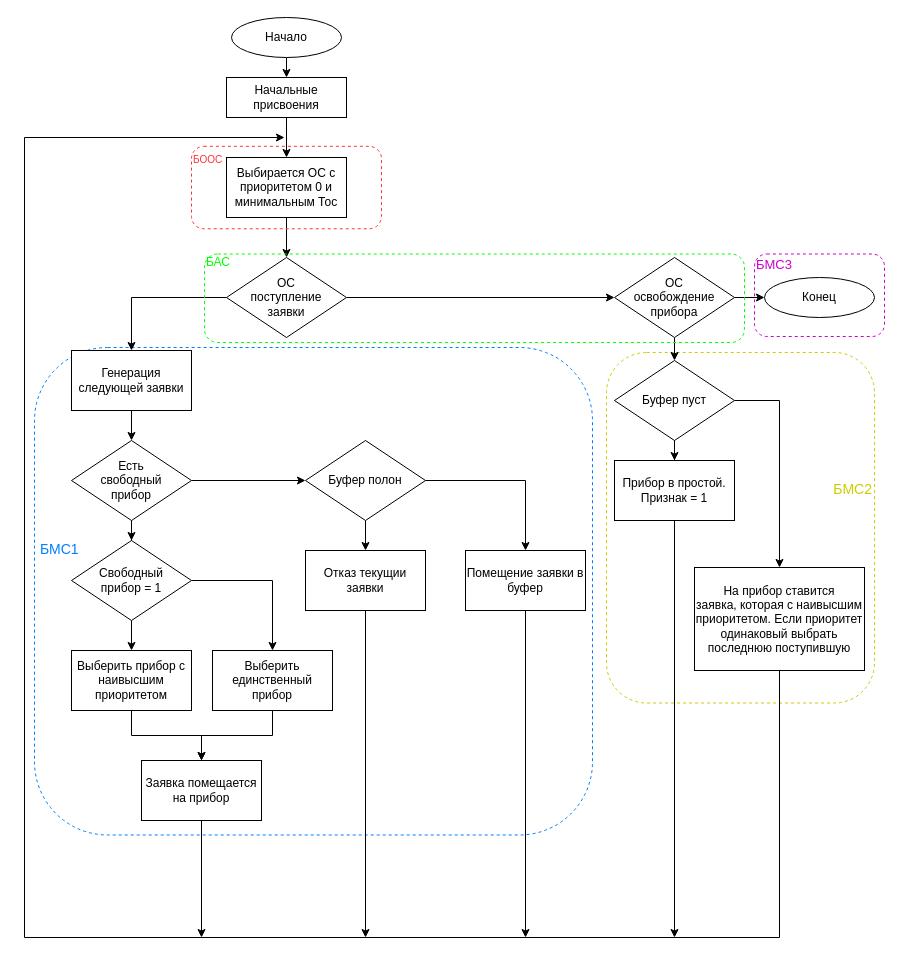
This is doc/CMO.drawio from NekoSilverFox/CMO, a draw.io file, before an edit. Source tidied: cells renumbered, new cells numbered last; positions are measured from the earlier drawing's top-left corner, leaving out a move shared by most shapes. Both pictures are drawn from the tidied source at 100%, with x=0, y=0 at pixel (24, 17).
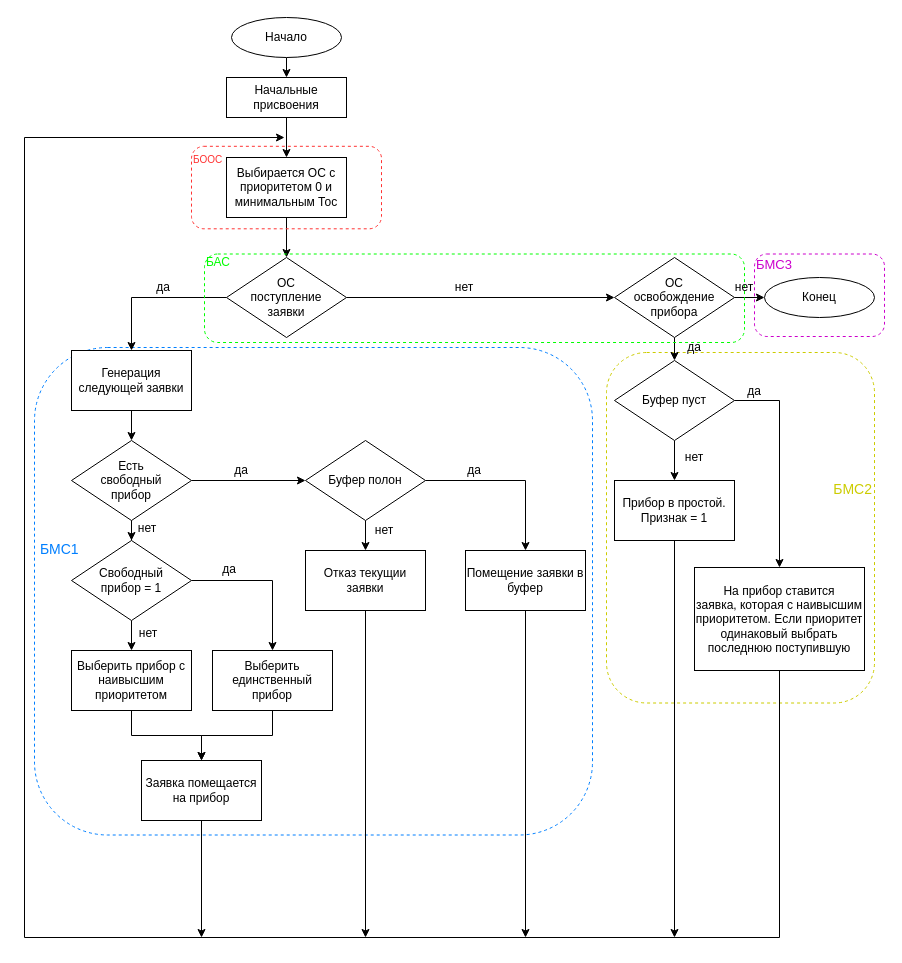
After the change.

Commit message (it also covers changes not shown here):
更新 程序框图

Diff of the diagram source:
```diff
@@
-    <mxCell id="43" value="Прибор в простой.&lt;br&gt;Признак = 1" style="rounded=0;whiteSpace=wrap;html=1;" parent="1" vertex="1">
-      <mxGeometry x="590" y="443" width="120" height="60" as="geometry" />
+    <mxCell id="43" value="Прибор в простой.&lt;br&gt;Признак = 1" style="rounded=0;whiteSpace=wrap;html=1;glass=0;" parent="1" vertex="1">
+      <mxGeometry x="590" y="463" width="120" height="60" as="geometry" />
     </mxCell>
@@
+    <mxCell id="48" value="да" style="text;html=1;strokeColor=none;fillColor=none;align=center;verticalAlign=middle;whiteSpace=wrap;rounded=0;" parent="1" vertex="1">
+      <mxGeometry x="710" y="364" width="40" height="20" as="geometry" />
+    </mxCell>
+    <mxCell id="49" value="да" style="text;html=1;strokeColor=none;fillColor=none;align=center;verticalAlign=middle;whiteSpace=wrap;rounded=0;" parent="1" vertex="1">
+      <mxGeometry x="430" y="443" width="40" height="20" as="geometry" />
+    </mxCell>
+    <mxCell id="50" value="да" style="text;html=1;strokeColor=none;fillColor=none;align=center;verticalAlign=middle;whiteSpace=wrap;rounded=0;" parent="1" vertex="1">
+      <mxGeometry x="197" y="443" width="40" height="20" as="geometry" />
+    </mxCell>
+    <mxCell id="51" value="да" style="text;html=1;strokeColor=none;fillColor=none;align=center;verticalAlign=middle;whiteSpace=wrap;rounded=0;" parent="1" vertex="1">
+      <mxGeometry x="185" y="542" width="40" height="20" as="geometry" />
+    </mxCell>
+    <mxCell id="52" value="да" style="text;html=1;strokeColor=none;fillColor=none;align=center;verticalAlign=middle;whiteSpace=wrap;rounded=0;" parent="1" vertex="1">
+      <mxGeometry x="119" y="260" width="40" height="20" as="geometry" />
+    </mxCell>
+    <mxCell id="53" value="нет" style="text;html=1;strokeColor=none;fillColor=none;align=center;verticalAlign=middle;whiteSpace=wrap;rounded=0;" parent="1" vertex="1">
+      <mxGeometry x="420" y="260" width="40" height="20" as="geometry" />
+    </mxCell>
+    <mxCell id="54" value="нет" style="text;html=1;strokeColor=none;fillColor=none;align=center;verticalAlign=middle;whiteSpace=wrap;rounded=0;" parent="1" vertex="1">
+      <mxGeometry x="700" y="260" width="40" height="20" as="geometry" />
+    </mxCell>
+    <mxCell id="55" value="да" style="text;html=1;strokeColor=none;fillColor=none;align=center;verticalAlign=middle;whiteSpace=wrap;rounded=0;" parent="1" vertex="1">
+      <mxGeometry x="650" y="320" width="40" height="20" as="geometry" />
+    </mxCell>
+    <mxCell id="56" value="нет" style="text;html=1;strokeColor=none;fillColor=none;align=center;verticalAlign=middle;whiteSpace=wrap;rounded=0;" parent="1" vertex="1">
+      <mxGeometry x="650" y="430" width="40" height="20" as="geometry" />
+    </mxCell>
+    <mxCell id="57" value="нет" style="text;html=1;strokeColor=none;fillColor=none;align=center;verticalAlign=middle;whiteSpace=wrap;rounded=0;" parent="1" vertex="1">
+      <mxGeometry x="340" y="503" width="40" height="20" as="geometry" />
+    </mxCell>
+    <mxCell id="58" value="нет" style="text;html=1;strokeColor=none;fillColor=none;align=center;verticalAlign=middle;whiteSpace=wrap;rounded=0;" parent="1" vertex="1">
+      <mxGeometry x="103" y="501" width="40" height="20" as="geometry" />
+    </mxCell>
+    <mxCell id="59" value="нет" style="text;html=1;strokeColor=none;fillColor=none;align=center;verticalAlign=middle;whiteSpace=wrap;rounded=0;" parent="1" vertex="1">
+      <mxGeometry x="104" y="606" width="40" height="20" as="geometry" />
+    </mxCell>
```
